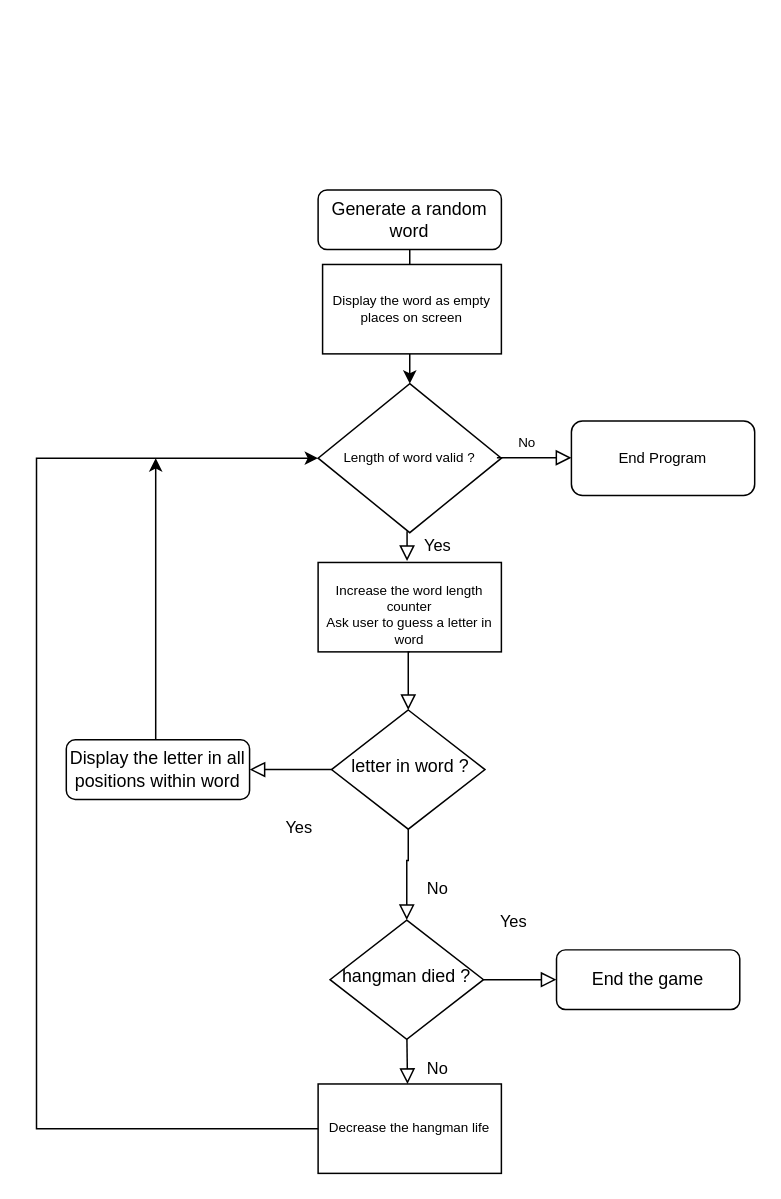
Before: hangman/hangman.drawio in sai5ii/flowcharts, a draw.io diagram. Source tidied: cells renumbered, new cells numbered last; positions are measured from the earlier drawing's top-left corner, leaving out a move shared by most shapes. Both pictures are drawn from the tidied source at 149%, with x=0, y=0 at pixel (36, 189).
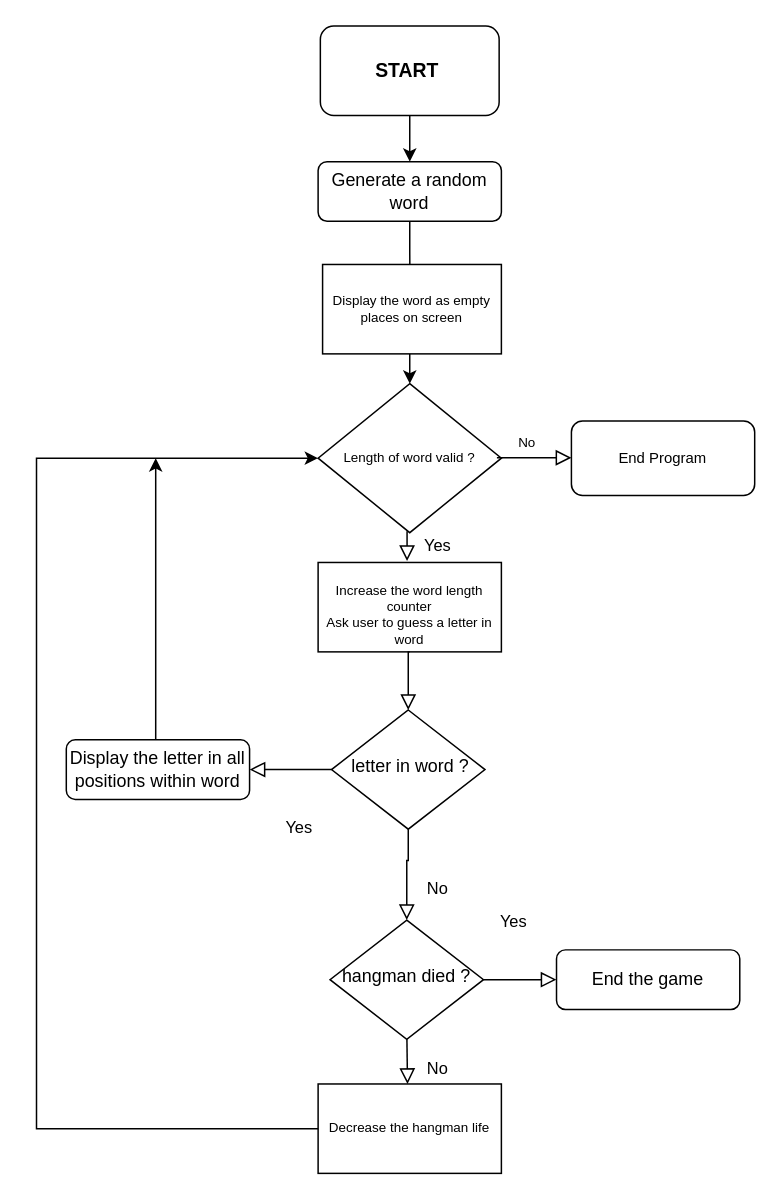
After the change.

What changed in the source:
```diff
@@
     <mxCell id="3" value="Generate a random word" style="rounded=1;whiteSpace=wrap;html=1;fontSize=12;glass=0;strokeWidth=1;shadow=0;" parent="1" vertex="1">
-      <mxGeometry x="189" width="123" height="40" as="geometry" />
+      <mxGeometry x="189" y="-19" width="123" height="40" as="geometry" />
     </mxCell>
@@
+    <mxCell id="25" style="rounded=1;whiteSpace=wrap;html=1;fontSize=9;" parent="1" vertex="1">
+      <mxGeometry x="190.5" y="-110" width="120" height="60" as="geometry" />
+    </mxCell>
+    <mxCell id="26" value="&lt;b style=&quot;font-size: 13px;&quot;&gt;START&lt;/b&gt;" style="text;strokeColor=none;align=center;fillColor=none;html=1;verticalAlign=middle;whiteSpace=wrap;rounded=0;fontSize=13;" parent="1" vertex="1">
+      <mxGeometry x="218.5" y="-95" width="60" height="30" as="geometry" />
+    </mxCell>
+    <mxCell id="27" style="endArrow=classic;html=1;rounded=0;fontSize=13;entryX=0.5;entryY=0;entryDx=0;entryDy=0;exitX=0.5;exitY=1;exitDx=0;exitDy=0;" parent="1" edge="1" source="25" target="3">
+      <mxGeometry relative="1" as="geometry" />
+    </mxCell>
```
